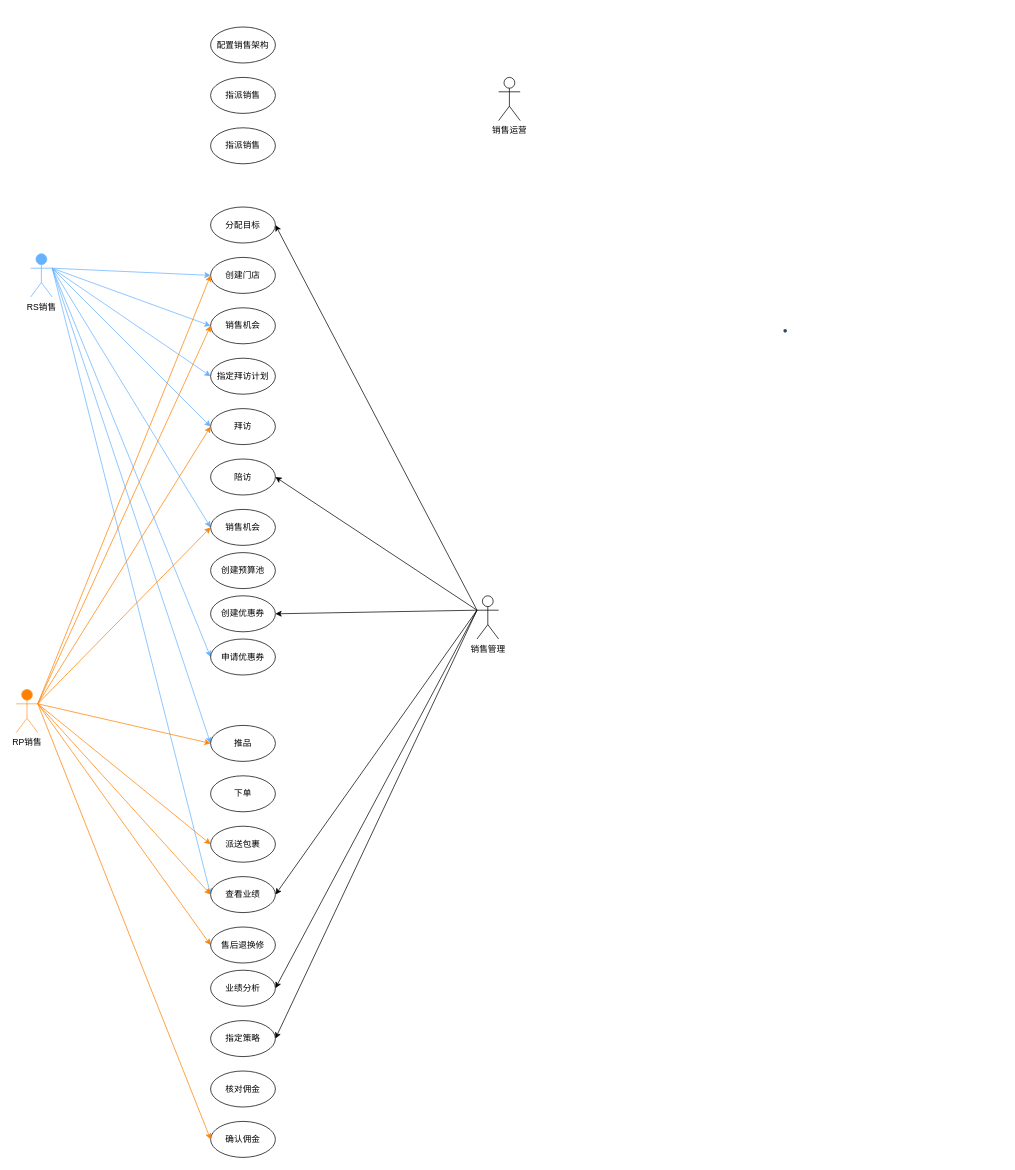
This is 渠道-用例图.drawio from shixiaoding/draw, a draw.io file, before an edit. Source tidied: cells renumbered, new cells numbered last; positions are measured from the earlier drawing's top-left corner, leaving out a move shared by most shapes. Both pictures are drawn from the tidied source at 72%, with x=0, y=0 at pixel (16, 27).
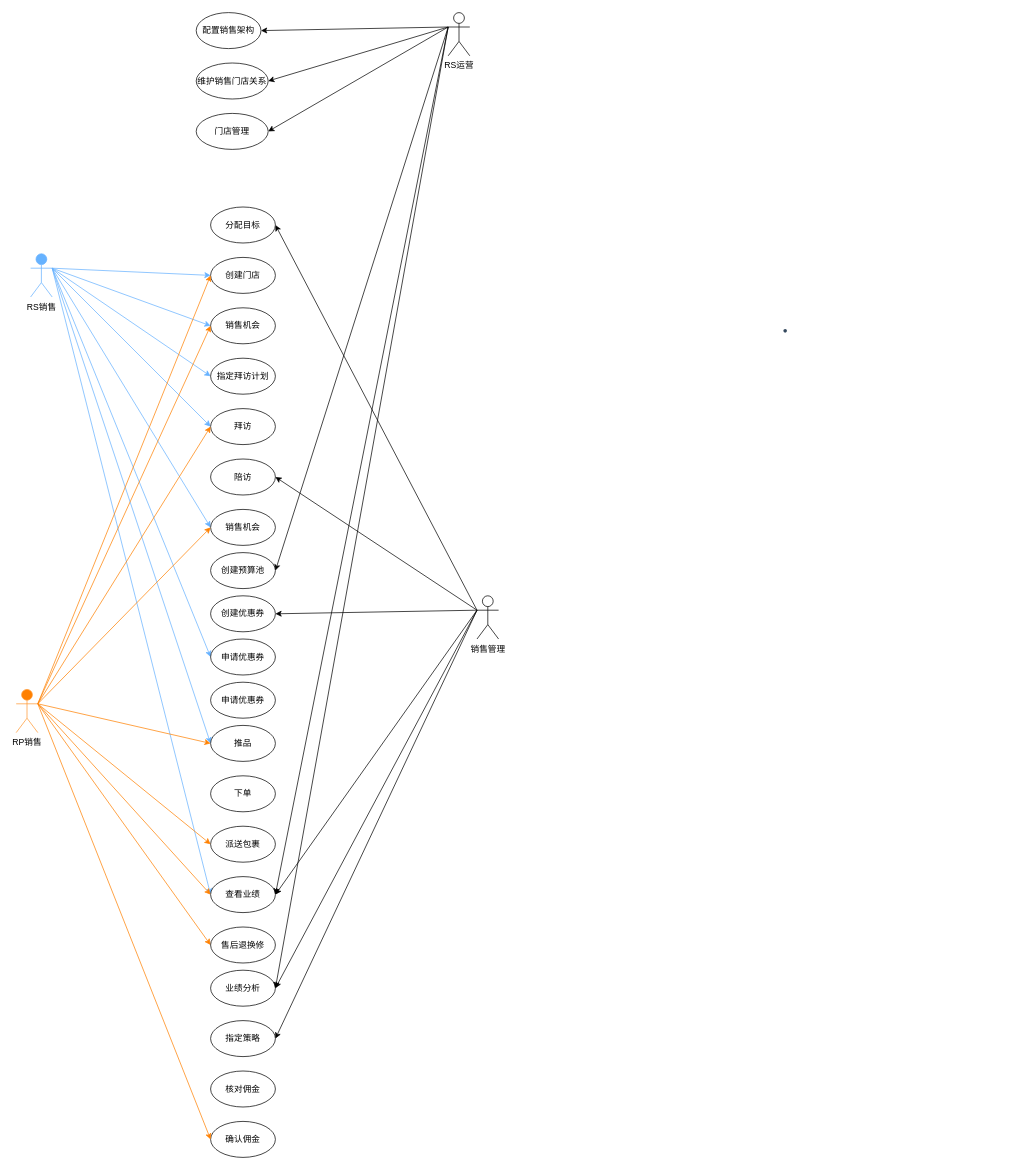
The same diagram, later.

Commit message:
更新渠道-用例图.drawio

Unchanged cells that the change refers to:
```xml
<mxCell id="20" value="查看业绩" style="ellipse;whiteSpace=wrap;html=1;" parent="1" vertex="1">
  <mxGeometry x="270" y="1180" width="90" height="50" as="geometry" />
</mxCell>
<mxCell id="21" value="业绩分析" style="ellipse;whiteSpace=wrap;html=1;" parent="1" vertex="1">
  <mxGeometry x="270" y="1310" width="90" height="50" as="geometry" />
</mxCell>
<mxCell id="27" value="创建预算池" style="ellipse;whiteSpace=wrap;html=1;" parent="1" vertex="1">
  <mxGeometry x="270" y="730" width="90" height="50" as="geometry" />
</mxCell>
```

Diff of the diagram source:
```diff
@@
     <mxCell id="29" value="配置销售架构" style="ellipse;whiteSpace=wrap;html=1;" parent="1" vertex="1">
-      <mxGeometry x="270" width="90" height="50" as="geometry" />
+      <mxGeometry x="250" y="-20" width="90" height="50" as="geometry" />
     </mxCell>
@@
+    <mxCell id="52" style="edgeStyle=none;rounded=0;jettySize=auto;html=1;entryX=1;entryY=0.5;entryDx=0;entryDy=0;" parent="1" edge="1" target="29">
+      <mxGeometry relative="1" as="geometry">
+        <mxPoint x="600" as="sourcePoint" />
+      </mxGeometry>
+    </mxCell>
+    <mxCell id="53" style="edgeStyle=none;rounded=0;jettySize=auto;html=1;exitX=0;exitY=0.3333333333333333;exitDx=0;exitDy=0;exitPerimeter=0;entryX=1;entryY=0.5;entryDx=0;entryDy=0;" parent="1" edge="1" source="41" target="42">
+      <mxGeometry relative="1" as="geometry" />
+    </mxCell>
+    <mxCell id="54" style="edgeStyle=none;rounded=0;jettySize=auto;html=1;exitX=0;exitY=0.3333333333333333;exitDx=0;exitDy=0;exitPerimeter=0;entryX=1;entryY=0.5;entryDx=0;entryDy=0;" parent="1" edge="1" source="41" target="27">
+      <mxGeometry relative="1" as="geometry" />
+    </mxCell>
+    <mxCell id="55" style="edgeStyle=none;rounded=0;jettySize=auto;html=1;exitX=0;exitY=0.3333333333333333;exitDx=0;exitDy=0;exitPerimeter=0;entryX=1;entryY=0.5;entryDx=0;entryDy=0;" parent="1" edge="1" source="41" target="20">
+      <mxGeometry relative="1" as="geometry" />
+    </mxCell>
+    <mxCell id="56" style="edgeStyle=none;rounded=0;jettySize=auto;html=1;exitX=0;exitY=0.3333333333333333;exitDx=0;exitDy=0;exitPerimeter=0;entryX=1;entryY=0.5;entryDx=0;entryDy=0;" parent="1" edge="1" source="41" target="21">
+      <mxGeometry relative="1" as="geometry" />
+    </mxCell>
+    <mxCell id="57" style="edgeStyle=none;rounded=0;jettySize=auto;html=1;exitX=0;exitY=0.3333333333333333;exitDx=0;exitDy=0;exitPerimeter=0;entryX=1;entryY=0.5;entryDx=0;entryDy=0;" parent="1" edge="1" source="41" target="59">
+      <mxGeometry relative="1" as="geometry" />
+    </mxCell>
-    <mxCell id="41" value="销售运营" style="shape=umlActor;verticalLabelPosition=bottom;verticalAlign=top;html=1;outlineConnect=0;" parent="1" vertex="1">
-      <mxGeometry x="670" y="70" width="30" height="60" as="geometry" />
+    <mxCell id="41" value="RS运营" style="shape=umlActor;verticalLabelPosition=bottom;verticalAlign=top;html=1;outlineConnect=0;" parent="1" vertex="1">
+      <mxGeometry x="600" y="-20" width="30" height="60" as="geometry" />
     </mxCell>
-    <mxCell id="42" value="指派销售" style="ellipse;whiteSpace=wrap;html=1;" parent="1" vertex="1">
-      <mxGeometry x="270" y="70" width="90" height="50" as="geometry" />
+    <mxCell id="42" value="维护销售门店关系" style="ellipse;whiteSpace=wrap;html=1;" parent="1" vertex="1">
+      <mxGeometry x="250" y="50" width="100" height="50" as="geometry" />
     </mxCell>
-    <mxCell id="43" value="指派销售" style="ellipse;whiteSpace=wrap;html=1;" parent="1" vertex="1">
-      <mxGeometry x="270" y="140" width="90" height="50" as="geometry" />
-    </mxCell>
@@
+    <mxCell id="58" value="申请优惠券" style="ellipse;whiteSpace=wrap;html=1;" parent="1" vertex="1">
+      <mxGeometry x="270" y="910" width="90" height="50" as="geometry" />
+    </mxCell>
+    <mxCell id="59" value="门店管理" style="ellipse;whiteSpace=wrap;html=1;" parent="1" vertex="1">
+      <mxGeometry x="250" y="120" width="100" height="50" as="geometry" />
+    </mxCell>
```
